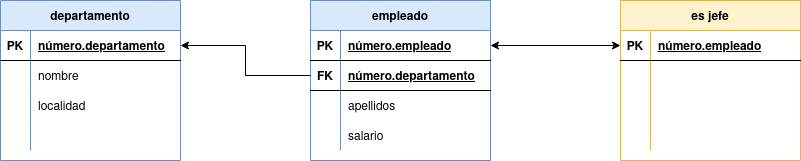
Above: Tareas/Tema 3/Tarea 1/img/Tarea 1-Ejercicio 6.drawio.png in JCarlosAR032/base-de-datos (draw.io), before the change. Source tidied: cells renumbered, new cells last; positions are measured from the earlier drawing's top-left corner, leaving out a move shared by most shapes.
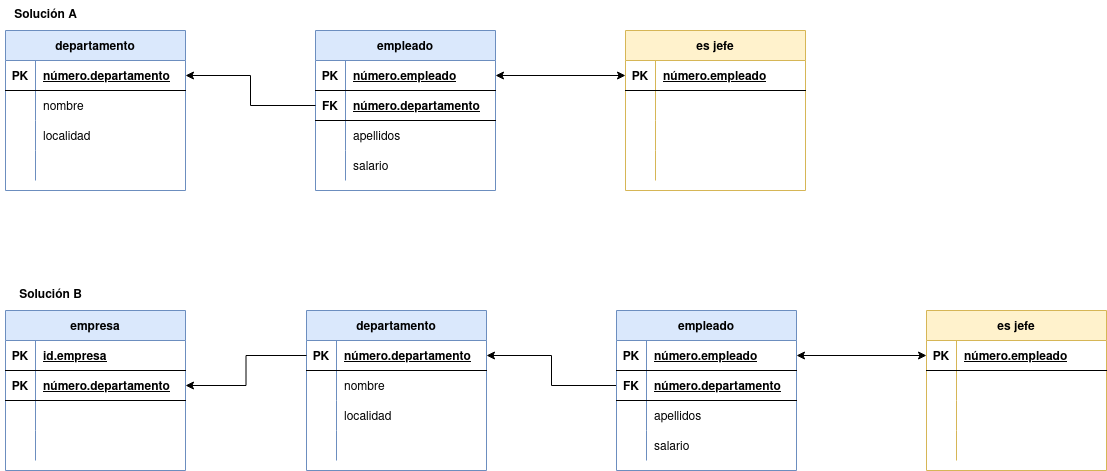
Later version of the same file.

The edit, as a diff of the source:
```diff
@@ -125,5 +125,176 @@
     <mxCell id="42" style="edgeStyle=orthogonalEdgeStyle;rounded=0;jettySize=auto;html=1;exitX=1;exitY=0.5;exitDx=0;exitDy=0;entryX=0;entryY=0.5;entryDx=0;entryDy=0;startArrow=classic;startFill=1;" parent="1" edge="1" source="16" target="30">
       <mxGeometry relative="1" as="geometry" />
     </mxCell>
+    <mxCell id="43" value="Solución A" style="text;html=1;align=center;verticalAlign=middle;strokeColor=none;fillColor=none;fontStyle=1;" parent="1" vertex="1">
+      <mxGeometry x="-5" y="-30" width="90" height="30" as="geometry" />
+    </mxCell>
+    <mxCell id="44" value="Solución B" style="text;html=1;align=center;verticalAlign=middle;strokeColor=none;fillColor=none;fontStyle=1;" parent="1" vertex="1">
+      <mxGeometry y="250" width="90" height="30" as="geometry" />
+    </mxCell>
+    <mxCell id="45" value="departamento" style="shape=table;startSize=30;rowLines=0;fontStyle=1;align=center;fillColor=#dae8fc;strokeColor=#6c8ebf;" parent="1" vertex="1">
+      <mxGeometry x="301" y="280" width="180" height="160" as="geometry" />
+    </mxCell>
+    <mxCell id="46" style="shape=tableRow;horizontal=0;startSize=0;swimlaneHead=0;swimlaneBody=0;fillColor=none;points=[[0,0.5],[1,0.5]];portConstraint=eastwest;top=0;left=0;right=0;bottom=1;" parent="45" vertex="1">
+      <mxGeometry y="30" width="180" height="30" as="geometry" />
+    </mxCell>
+    <mxCell id="47" value="PK" style="shape=partialRectangle;fillColor=none;top=0;left=0;bottom=0;right=0;fontStyle=1;overflow=hidden;" parent="46" vertex="1">
+      <mxGeometry width="30" height="30" as="geometry" />
+    </mxCell>
+    <mxCell id="48" value="número.departamento" style="shape=partialRectangle;fillColor=none;top=0;left=0;bottom=0;right=0;align=left;spacingLeft=6;fontStyle=5;overflow=hidden;" parent="46" vertex="1">
+      <mxGeometry x="30" width="150" height="30" as="geometry" />
+    </mxCell>
+    <mxCell id="49" style="shape=tableRow;horizontal=0;startSize=0;swimlaneHead=0;swimlaneBody=0;fillColor=none;top=0;left=0;right=0;bottom=0;" parent="45" vertex="1">
+      <mxGeometry y="60" width="180" height="30" as="geometry" />
+    </mxCell>
+    <mxCell id="50" style="shape=partialRectangle;fillColor=none;top=0;left=0;bottom=0;right=0;overflow=hidden;" parent="49" vertex="1">
+      <mxGeometry width="30" height="30" as="geometry" />
+    </mxCell>
+    <mxCell id="51" value="nombre" style="shape=partialRectangle;fillColor=none;top=0;left=0;bottom=0;right=0;align=left;spacingLeft=6;overflow=hidden;" parent="49" vertex="1">
+      <mxGeometry x="30" width="150" height="30" as="geometry" />
+    </mxCell>
+    <mxCell id="52" style="shape=tableRow;horizontal=0;startSize=0;swimlaneHead=0;swimlaneBody=0;fillColor=none;top=0;left=0;right=0;bottom=0;" parent="45" vertex="1">
+      <mxGeometry y="90" width="180" height="30" as="geometry" />
+    </mxCell>
+    <mxCell id="53" style="shape=partialRectangle;fillColor=none;top=0;left=0;bottom=0;right=0;overflow=hidden;" parent="52" vertex="1">
+      <mxGeometry width="30" height="30" as="geometry" />
+    </mxCell>
+    <mxCell id="54" value="localidad" style="shape=partialRectangle;fillColor=none;top=0;left=0;bottom=0;right=0;align=left;spacingLeft=6;overflow=hidden;" parent="52" vertex="1">
+      <mxGeometry x="30" width="150" height="30" as="geometry" />
+    </mxCell>
+    <mxCell id="55" style="shape=tableRow;horizontal=0;startSize=0;swimlaneHead=0;swimlaneBody=0;fillColor=none;top=0;left=0;right=0;bottom=0;" parent="45" vertex="1">
+      <mxGeometry y="120" width="180" height="30" as="geometry" />
+    </mxCell>
+    <mxCell id="56" style="shape=partialRectangle;fillColor=none;top=0;left=0;bottom=0;right=0;overflow=hidden;" parent="55" vertex="1">
+      <mxGeometry width="30" height="30" as="geometry" />
+    </mxCell>
+    <mxCell id="57" style="shape=partialRectangle;fillColor=none;top=0;left=0;bottom=0;right=0;align=left;spacingLeft=6;overflow=hidden;" parent="55" vertex="1">
+      <mxGeometry x="30" width="150" height="30" as="geometry" />
+    </mxCell>
+    <mxCell id="58" style="edgeStyle=orthogonalEdgeStyle;rounded=0;jettySize=auto;html=1;exitX=0;exitY=0.5;exitDx=0;exitDy=0;entryX=1;entryY=0.5;entryDx=0;entryDy=0;startArrow=none;startFill=0;endArrow=classic;endFill=1;" parent="1" edge="1" source="63" target="46">
+      <mxGeometry relative="1" as="geometry" />
+    </mxCell>
+    <mxCell id="59" value="empleado" style="shape=table;startSize=30;rowLines=0;fontStyle=1;align=center;fillColor=#dae8fc;strokeColor=#6c8ebf;" parent="1" vertex="1">
+      <mxGeometry x="611" y="280" width="180" height="160" as="geometry" />
+    </mxCell>
+    <mxCell id="60" style="shape=tableRow;horizontal=0;startSize=0;swimlaneHead=0;swimlaneBody=0;fillColor=none;points=[[0,0.5],[1,0.5]];portConstraint=eastwest;top=0;left=0;right=0;bottom=1;" parent="59" vertex="1">
+      <mxGeometry y="30" width="180" height="30" as="geometry" />
+    </mxCell>
+    <mxCell id="61" value="PK" style="shape=partialRectangle;fillColor=none;top=0;left=0;bottom=0;right=0;fontStyle=1;overflow=hidden;" parent="60" vertex="1">
+      <mxGeometry width="30" height="30" as="geometry" />
+    </mxCell>
+    <mxCell id="62" value="número.empleado" style="shape=partialRectangle;fillColor=none;top=0;left=0;bottom=0;right=0;align=left;spacingLeft=6;fontStyle=5;overflow=hidden;" parent="60" vertex="1">
+      <mxGeometry x="30" width="150" height="30" as="geometry" />
+    </mxCell>
+    <mxCell id="63" style="shape=tableRow;horizontal=0;startSize=0;swimlaneHead=0;swimlaneBody=0;fillColor=none;points=[[0,0.5],[1,0.5]];portConstraint=eastwest;top=0;left=0;right=0;bottom=1;" parent="59" vertex="1">
+      <mxGeometry y="60" width="180" height="30" as="geometry" />
+    </mxCell>
+    <mxCell id="64" value="FK" style="shape=partialRectangle;fillColor=none;top=0;left=0;bottom=0;right=0;fontStyle=1;overflow=hidden;" parent="63" vertex="1">
+      <mxGeometry width="30" height="30" as="geometry" />
+    </mxCell>
+    <mxCell id="65" value="número.departamento" style="shape=partialRectangle;fillColor=none;top=0;left=0;bottom=0;right=0;align=left;spacingLeft=6;fontStyle=5;overflow=hidden;" parent="63" vertex="1">
+      <mxGeometry x="30" width="150" height="30" as="geometry" />
+    </mxCell>
+    <mxCell id="66" style="shape=tableRow;horizontal=0;startSize=0;swimlaneHead=0;swimlaneBody=0;fillColor=none;top=0;left=0;right=0;bottom=0;" parent="59" vertex="1">
+      <mxGeometry y="90" width="180" height="30" as="geometry" />
+    </mxCell>
+    <mxCell id="67" style="shape=partialRectangle;fillColor=none;top=0;left=0;bottom=0;right=0;overflow=hidden;" parent="66" vertex="1">
+      <mxGeometry width="30" height="30" as="geometry" />
+    </mxCell>
+    <mxCell id="68" value="apellidos" style="shape=partialRectangle;fillColor=none;top=0;left=0;bottom=0;right=0;align=left;spacingLeft=6;overflow=hidden;" parent="66" vertex="1">
+      <mxGeometry x="30" width="150" height="30" as="geometry" />
+    </mxCell>
+    <mxCell id="69" style="shape=tableRow;horizontal=0;startSize=0;swimlaneHead=0;swimlaneBody=0;fillColor=none;top=0;left=0;right=0;bottom=0;" parent="59" vertex="1">
+      <mxGeometry y="120" width="180" height="30" as="geometry" />
+    </mxCell>
+    <mxCell id="70" style="shape=partialRectangle;fillColor=none;top=0;left=0;bottom=0;right=0;overflow=hidden;" parent="69" vertex="1">
+      <mxGeometry width="30" height="30" as="geometry" />
+    </mxCell>
+    <mxCell id="71" value="salario" style="shape=partialRectangle;fillColor=none;top=0;left=0;bottom=0;right=0;align=left;spacingLeft=6;overflow=hidden;" parent="69" vertex="1">
+      <mxGeometry x="30" width="150" height="30" as="geometry" />
+    </mxCell>
+    <mxCell id="72" style="edgeStyle=orthogonalEdgeStyle;rounded=0;jettySize=auto;html=1;exitX=1;exitY=0.5;exitDx=0;exitDy=0;entryX=0;entryY=0.5;entryDx=0;entryDy=0;startArrow=classic;startFill=1;" parent="1" edge="1" source="60" target="74">
+      <mxGeometry relative="1" as="geometry" />
+    </mxCell>
+    <mxCell id="73" value="es jefe" style="shape=table;startSize=30;rowLines=0;fontStyle=1;align=center;fillColor=#fff2cc;strokeColor=#d6b656;" parent="1" vertex="1">
+      <mxGeometry x="921" y="280" width="180" height="160" as="geometry" />
+    </mxCell>
+    <mxCell id="74" style="shape=tableRow;horizontal=0;startSize=0;swimlaneHead=0;swimlaneBody=0;fillColor=none;points=[[0,0.5],[1,0.5]];portConstraint=eastwest;top=0;left=0;right=0;bottom=1;" parent="73" vertex="1">
+      <mxGeometry y="30" width="180" height="30" as="geometry" />
+    </mxCell>
+    <mxCell id="75" value="PK" style="shape=partialRectangle;fillColor=none;top=0;left=0;bottom=0;right=0;fontStyle=1;overflow=hidden;" parent="74" vertex="1">
+      <mxGeometry width="30" height="30" as="geometry" />
+    </mxCell>
+    <mxCell id="76" value="número.empleado" style="shape=partialRectangle;fillColor=none;top=0;left=0;bottom=0;right=0;align=left;spacingLeft=6;fontStyle=5;overflow=hidden;" parent="74" vertex="1">
+      <mxGeometry x="30" width="150" height="30" as="geometry" />
+    </mxCell>
+    <mxCell id="77" style="shape=tableRow;horizontal=0;startSize=0;swimlaneHead=0;swimlaneBody=0;fillColor=none;top=0;left=0;right=0;bottom=0;" parent="73" vertex="1">
+      <mxGeometry y="60" width="180" height="30" as="geometry" />
+    </mxCell>
+    <mxCell id="78" style="shape=partialRectangle;fillColor=none;top=0;left=0;bottom=0;right=0;overflow=hidden;" parent="77" vertex="1">
+      <mxGeometry width="30" height="30" as="geometry" />
+    </mxCell>
+    <mxCell id="79" style="shape=partialRectangle;fillColor=none;top=0;left=0;bottom=0;right=0;align=left;spacingLeft=6;overflow=hidden;" parent="77" vertex="1">
+      <mxGeometry x="30" width="150" height="30" as="geometry" />
+    </mxCell>
+    <mxCell id="80" style="shape=tableRow;horizontal=0;startSize=0;swimlaneHead=0;swimlaneBody=0;fillColor=none;top=0;left=0;right=0;bottom=0;" parent="73" vertex="1">
+      <mxGeometry y="90" width="180" height="30" as="geometry" />
+    </mxCell>
+    <mxCell id="81" style="shape=partialRectangle;fillColor=none;top=0;left=0;bottom=0;right=0;overflow=hidden;" parent="80" vertex="1">
+      <mxGeometry width="30" height="30" as="geometry" />
+    </mxCell>
+    <mxCell id="82" style="shape=partialRectangle;fillColor=none;top=0;left=0;bottom=0;right=0;align=left;spacingLeft=6;overflow=hidden;" parent="80" vertex="1">
+      <mxGeometry x="30" width="150" height="30" as="geometry" />
+    </mxCell>
+    <mxCell id="83" style="shape=tableRow;horizontal=0;startSize=0;swimlaneHead=0;swimlaneBody=0;fillColor=none;top=0;left=0;right=0;bottom=0;" parent="73" vertex="1">
+      <mxGeometry y="120" width="180" height="30" as="geometry" />
+    </mxCell>
+    <mxCell id="84" style="shape=partialRectangle;fillColor=none;top=0;left=0;bottom=0;right=0;overflow=hidden;" parent="83" vertex="1">
+      <mxGeometry width="30" height="30" as="geometry" />
+    </mxCell>
+    <mxCell id="85" style="shape=partialRectangle;fillColor=none;top=0;left=0;bottom=0;right=0;align=left;spacingLeft=6;overflow=hidden;" parent="83" vertex="1">
+      <mxGeometry x="30" width="150" height="30" as="geometry" />
+    </mxCell>
+    <mxCell id="86" value="empresa" style="shape=table;startSize=30;rowLines=0;fontStyle=1;align=center;fillColor=#dae8fc;strokeColor=#6c8ebf;" parent="1" vertex="1">
+      <mxGeometry y="280" width="180" height="160" as="geometry" />
+    </mxCell>
+    <mxCell id="87" style="shape=tableRow;horizontal=0;startSize=0;swimlaneHead=0;swimlaneBody=0;fillColor=none;top=0;left=0;right=0;bottom=1;" parent="86" vertex="1">
+      <mxGeometry y="30" width="180" height="30" as="geometry" />
+    </mxCell>
+    <mxCell id="88" value="PK" style="shape=partialRectangle;fillColor=none;top=0;left=0;bottom=0;right=0;fontStyle=1;overflow=hidden;" parent="87" vertex="1">
+      <mxGeometry width="30" height="30" as="geometry" />
+    </mxCell>
+    <mxCell id="89" value="id.empresa" style="shape=partialRectangle;fillColor=none;top=0;left=0;bottom=0;right=0;align=left;spacingLeft=6;fontStyle=5;overflow=hidden;" parent="87" vertex="1">
+      <mxGeometry x="30" width="150" height="30" as="geometry" />
+    </mxCell>
+    <mxCell id="90" style="shape=tableRow;horizontal=0;startSize=0;swimlaneHead=0;swimlaneBody=0;fillColor=none;points=[[0,0.5],[1,0.5]];portConstraint=eastwest;top=0;left=0;right=0;bottom=1;" parent="86" vertex="1">
+      <mxGeometry y="60" width="180" height="30" as="geometry" />
+    </mxCell>
+    <mxCell id="91" value="PK" style="shape=partialRectangle;fillColor=none;top=0;left=0;bottom=0;right=0;fontStyle=1;overflow=hidden;" parent="90" vertex="1">
+      <mxGeometry width="30" height="30" as="geometry" />
+    </mxCell>
+    <mxCell id="92" value="número.departamento" style="shape=partialRectangle;fillColor=none;top=0;left=0;bottom=0;right=0;align=left;spacingLeft=6;fontStyle=5;overflow=hidden;" parent="90" vertex="1">
+      <mxGeometry x="30" width="150" height="30" as="geometry" />
+    </mxCell>
+    <mxCell id="93" style="shape=tableRow;horizontal=0;startSize=0;swimlaneHead=0;swimlaneBody=0;fillColor=none;top=0;left=0;right=0;bottom=0;" parent="86" vertex="1">
+      <mxGeometry y="90" width="180" height="30" as="geometry" />
+    </mxCell>
+    <mxCell id="94" style="shape=partialRectangle;fillColor=none;top=0;left=0;bottom=0;right=0;overflow=hidden;" parent="93" vertex="1">
+      <mxGeometry width="30" height="30" as="geometry" />
+    </mxCell>
+    <mxCell id="95" style="shape=partialRectangle;fillColor=none;top=0;left=0;bottom=0;right=0;align=left;spacingLeft=6;overflow=hidden;" parent="93" vertex="1">
+      <mxGeometry x="30" width="150" height="30" as="geometry" />
+    </mxCell>
+    <mxCell id="96" style="shape=tableRow;horizontal=0;startSize=0;swimlaneHead=0;swimlaneBody=0;fillColor=none;top=0;left=0;right=0;bottom=0;" parent="86" vertex="1">
+      <mxGeometry y="120" width="180" height="30" as="geometry" />
+    </mxCell>
+    <mxCell id="97" style="shape=partialRectangle;fillColor=none;top=0;left=0;bottom=0;right=0;overflow=hidden;" parent="96" vertex="1">
+      <mxGeometry width="30" height="30" as="geometry" />
+    </mxCell>
+    <mxCell id="98" style="shape=partialRectangle;fillColor=none;top=0;left=0;bottom=0;right=0;align=left;spacingLeft=6;overflow=hidden;" parent="96" vertex="1">
+      <mxGeometry x="30" width="150" height="30" as="geometry" />
+    </mxCell>
+    <mxCell id="99" style="edgeStyle=orthogonalEdgeStyle;rounded=0;jettySize=auto;html=1;exitX=0;exitY=0.5;exitDx=0;exitDy=0;entryX=1;entryY=0.5;entryDx=0;entryDy=0;startArrow=none;startFill=0;endArrow=classic;endFill=1;" parent="1" edge="1" source="46" target="90">
+      <mxGeometry relative="1" as="geometry" />
+    </mxCell>
   </root>
 </mxGraphModel>
```
